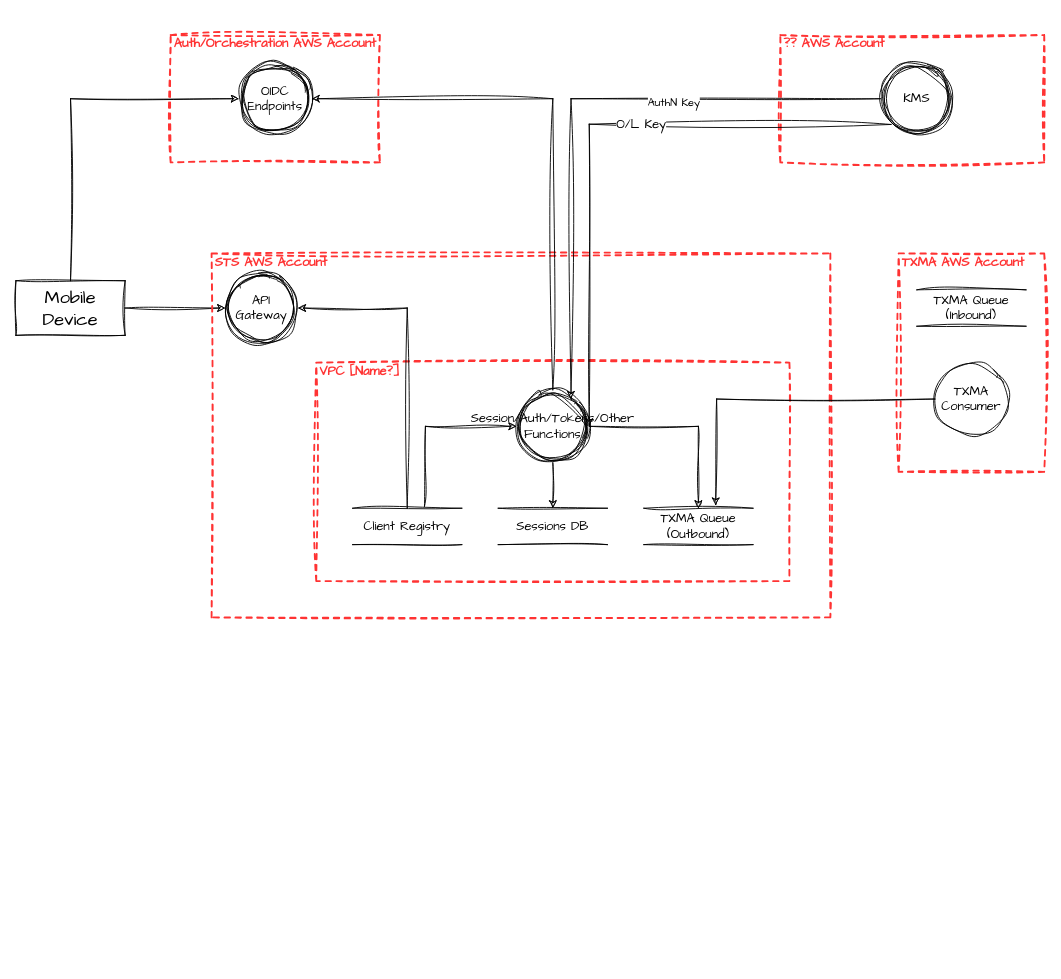
Jim-Sweeting/Drawio keeps this draw.io diagram as Login-Threat-Model-01.drawio. Above is the earlier version. Source tidied: cells renumbered, new cells numbered last; positions are measured from the earlier drawing's top-left corner, leaving out a move shared by most shapes. Both pictures are drawn from the tidied source at 91%, with x=0, y=0 at pixel (15, 35).
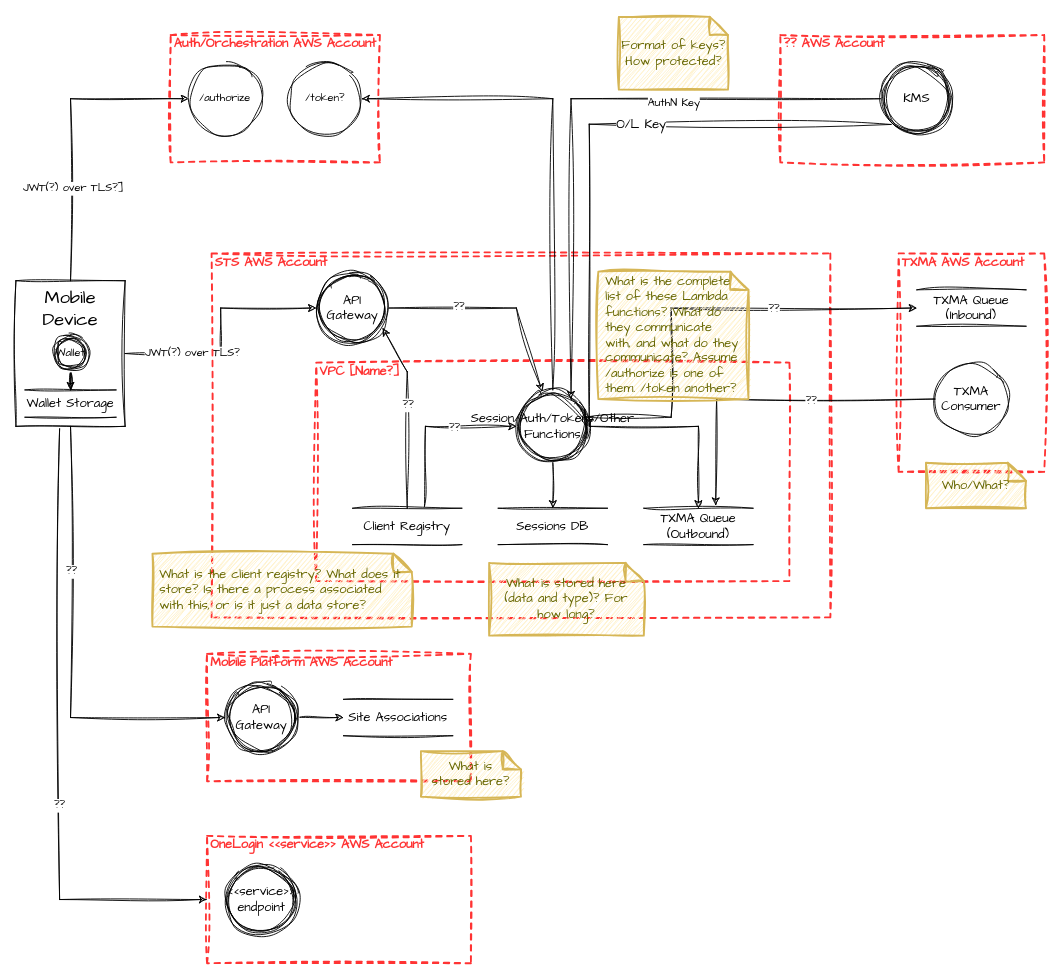
The same page after the edit.

Unchanged cells that the change refers to:
```xml
<mxCell id="4" style="edgeStyle=orthogonalEdgeStyle;rounded=0;sketch=1;hachureGap=4;jiggle=2;curveFitting=1;jettySize=auto;html=1;fontFamily=Architects Daughter;fontSize=16;" parent="1" edge="1" source="5" target="8">
  <mxGeometry relative="1" as="geometry" />
</mxCell>
<mxCell id="9" value="Client Registry" style="shape=partialRectangle;whiteSpace=wrap;html=1;left=0;right=0;fillColor=none;sketch=1;hachureGap=4;jiggle=2;curveFitting=1;fontFamily=Architects Daughter;fontSize=14;" parent="1" vertex="1">
  <mxGeometry x="370" y="520" width="120" height="40" as="geometry" />
</mxCell>
<mxCell id="11" value="Session/Auth/Tokens/Other Functions" style="ellipse;shape=doubleEllipse;whiteSpace=wrap;html=1;sketch=1;hachureGap=4;jiggle=2;curveFitting=1;fontFamily=Architects Daughter;fontSize=14;" parent="1" vertex="1">
  <mxGeometry x="550" y="390" width="80" height="80" as="geometry" />
</mxCell>
<mxCell id="13" style="endArrow=classic;html=1;fontColor=#FF3333;rounded=0;sketch=1;hachureGap=4;jiggle=2;curveFitting=1;fontFamily=Architects Daughter;fontSize=16;exitX=0.658;exitY=-0.05;exitDx=0;exitDy=0;exitPerimeter=0;" parent="1" edge="1" source="9" target="11">
  <mxGeometry relative="1" as="geometry">
    <Array as="points">
      <mxPoint x="450" y="430" />
    </Array>
  </mxGeometry>
</mxCell>
<mxCell id="18" value="TXMA Queue (Inbound)" style="shape=partialRectangle;whiteSpace=wrap;html=1;left=0;right=0;fillColor=none;sketch=1;hachureGap=4;jiggle=2;curveFitting=1;fontFamily=Architects Daughter;fontSize=14;" parent="1" vertex="1">
  <mxGeometry x="990" y="280" width="120" height="40" as="geometry" />
</mxCell>
<mxCell id="20" style="endArrow=classic;html=1;fontColor=#FF3333;rounded=0;sketch=1;hachureGap=4;jiggle=2;curveFitting=1;fontFamily=Architects Daughter;fontSize=16;entryX=0.658;entryY=-0.075;entryDx=0;entryDy=0;entryPerimeter=0;" parent="1" edge="1" source="19" target="15">
  <mxGeometry relative="1" as="geometry">
    <Array as="points">
      <mxPoint x="770" y="400" />
    </Array>
  </mxGeometry>
</mxCell>
```

The edit, as a diff of the source:
```diff
@@
-    <mxCell id="3" value="OIDC Endpoints" style="ellipse;shape=doubleEllipse;whiteSpace=wrap;html=1;sketch=1;hachureGap=4;jiggle=2;curveFitting=1;fontFamily=Architects Daughter;fontSize=14;" parent="1" vertex="1">
-      <mxGeometry x="245" y="30" width="80" height="80" as="geometry" />
-    </mxCell>
@@
+    <mxCell id="29" value="JWT(?) over TLS?" style="edgeLabel;html=1;align=center;verticalAlign=middle;fontSize=12;fontFamily=Architects Daughter;" parent="4" vertex="1">
+      <mxGeometry x="-0.44" y="1" relative="1" as="geometry" />
+    </mxCell>
-    <mxCell id="5" value="Mobile Device" style="rounded=0;whiteSpace=wrap;html=1;sketch=1;hachureGap=4;jiggle=2;curveFitting=1;fontFamily=Architects Daughter;fontSize=20;" parent="1" vertex="1">
-      <mxGeometry y="270" width="120" height="60" as="geometry" />
+    <mxCell id="5" value="Mobile Device" style="rounded=0;whiteSpace=wrap;html=1;sketch=1;hachureGap=4;jiggle=2;curveFitting=1;fontFamily=Architects Daughter;fontSize=20;verticalAlign=top;" parent="1" vertex="1">
+      <mxGeometry y="270" width="120" height="160" as="geometry" />
     </mxCell>
@@
     <mxCell id="8" value="API Gateway" style="ellipse;shape=doubleEllipse;whiteSpace=wrap;html=1;sketch=1;hachureGap=4;jiggle=2;curveFitting=1;fontFamily=Architects Daughter;fontSize=14;" parent="1" vertex="1">
-      <mxGeometry x="230" y="260" width="80" height="80" as="geometry" />
+      <mxGeometry x="330" y="260" width="80" height="80" as="geometry" />
     </mxCell>
@@
-    <mxCell id="12" style="endArrow=classic;html=1;fontColor=#FF3333;rounded=0;sketch=1;hachureGap=4;jiggle=2;curveFitting=1;fontFamily=Architects Daughter;fontSize=16;" parent="1" edge="1" source="9" target="8">
+    <mxCell id="12" style="endArrow=classic;html=1;fontColor=#FF3333;rounded=0;sketch=1;hachureGap=4;jiggle=2;curveFitting=1;fontFamily=Architects Daughter;fontSize=16;entryX=0.913;entryY=0.775;entryDx=0;entryDy=0;entryPerimeter=0;" parent="1" edge="1" source="9" target="8">
       <mxGeometry relative="1" as="geometry">
         <Array as="points">
-          <mxPoint x="430" y="300" />
+          <mxPoint x="430" y="370" />
         </Array>
       </mxGeometry>
     </mxCell>
+    <mxCell id="30" value="&lt;font style=&quot;font-size: 12px;&quot;&gt;??&lt;/font&gt;" style="edgeLabel;html=1;align=center;verticalAlign=middle;fontSize=12;fontFamily=Architects Daughter;" parent="12" vertex="1">
+      <mxGeometry x="0.11" relative="1" as="geometry" />
+    </mxCell>
@@
+    <mxCell id="31" value="??" style="edgeLabel;html=1;align=center;verticalAlign=middle;fontSize=12;fontFamily=Architects Daughter;" parent="13" vertex="1">
+      <mxGeometry x="0.28" y="-2" relative="1" as="geometry" />
+    </mxCell>
@@
+    <mxCell id="32" value="??" style="edgeLabel;html=1;align=center;verticalAlign=middle;fontSize=12;fontFamily=Architects Daughter;" parent="20" vertex="1">
+      <mxGeometry x="-0.23" y="2" relative="1" as="geometry" />
+    </mxCell>
@@
-    <mxCell id="25" style="endArrow=classic;html=1;fontColor=#FF3333;rounded=0;sketch=1;hachureGap=4;jiggle=2;curveFitting=1;fontFamily=Architects Daughter;fontSize=16;" parent="1" edge="1" source="11" target="3">
+    <mxCell id="25" style="endArrow=classic;html=1;fontColor=#FF3333;rounded=0;sketch=1;hachureGap=4;jiggle=2;curveFitting=1;fontFamily=Architects Daughter;fontSize=16;" parent="1" edge="1" source="11" target="57">
       <mxGeometry relative="1" as="geometry">
         <Array as="points">
           <mxPoint x="590" y="70" />
         </Array>
       </mxGeometry>
     </mxCell>
-    <mxCell id="26" style="endArrow=classic;html=1;fontColor=#FF3333;rounded=0;sketch=1;hachureGap=4;jiggle=2;curveFitting=1;fontFamily=Architects Daughter;fontSize=16;" parent="1" edge="1" source="5" target="3">
+    <mxCell id="26" style="endArrow=classic;html=1;fontColor=#FF3333;rounded=0;sketch=1;hachureGap=4;jiggle=2;curveFitting=1;fontFamily=Architects Daughter;fontSize=16;" parent="1" edge="1" source="5" target="56">
       <mxGeometry relative="1" as="geometry">
         <Array as="points">
           <mxPoint x="60" y="70" />
         </Array>
       </mxGeometry>
     </mxCell>
+    <mxCell id="33" value="JWT(?) over TLS?]" style="edgeLabel;html=1;align=center;verticalAlign=middle;fontSize=12;fontFamily=Architects Daughter;" parent="26" vertex="1">
+      <mxGeometry x="-0.38" y="-2" relative="1" as="geometry" />
+    </mxCell>
@@
+    <mxCell id="34" style="endArrow=classic;html=1;fontColor=#FF3333;rounded=0;sketch=1;hachureGap=4;jiggle=2;curveFitting=1;fontFamily=Architects Daughter;fontSize=16;edgeStyle=orthogonalEdgeStyle;exitX=0.938;exitY=0.263;exitDx=0;exitDy=0;exitPerimeter=0;" parent="1" edge="1" source="11" target="18">
+      <mxGeometry relative="1" as="geometry">
+        <Array as="points">
+          <mxPoint x="625" y="420" />
+          <mxPoint x="720" y="420" />
+          <mxPoint x="720" y="300" />
+        </Array>
+      </mxGeometry>
+    </mxCell>
+    <mxCell id="35" value="??" style="edgeLabel;html=1;align=center;verticalAlign=middle;fontSize=12;fontFamily=Architects Daughter;" parent="34" vertex="1">
+      <mxGeometry x="0.36" y="-1" relative="1" as="geometry" />
+    </mxCell>
+    <mxCell id="36" value="Mobile Platform AWS Account" style="html=1;fontColor=#FF3333;fontStyle=1;align=left;verticalAlign=top;spacing=0;labelBorderColor=none;fillColor=none;dashed=1;strokeWidth=2;strokeColor=#FF3333;spacingLeft=4;spacingTop=-3;sketch=1;hachureGap=4;jiggle=2;curveFitting=1;fontFamily=Architects Daughter;fontSize=14;" parent="1" vertex="1">
+      <mxGeometry x="210" y="680" width="290" height="140" as="geometry" />
+    </mxCell>
+    <mxCell id="37" value="Site Associations" style="shape=partialRectangle;whiteSpace=wrap;html=1;left=0;right=0;fillColor=none;sketch=1;hachureGap=4;jiggle=2;curveFitting=1;fontFamily=Architects Daughter;fontSize=14;" parent="1" vertex="1">
+      <mxGeometry x="360" y="730" width="120" height="40" as="geometry" />
+    </mxCell>
+    <mxCell id="38" style="edgeStyle=orthogonalEdgeStyle;rounded=0;sketch=1;hachureGap=4;jiggle=2;curveFitting=1;jettySize=auto;html=1;fontFamily=Architects Daughter;fontSize=16;" parent="1" edge="1" source="39" target="37">
+      <mxGeometry relative="1" as="geometry" />
+    </mxCell>
+    <mxCell id="39" value="API Gateway" style="ellipse;shape=doubleEllipse;whiteSpace=wrap;html=1;sketch=1;hachureGap=4;jiggle=2;curveFitting=1;fontFamily=Architects Daughter;fontSize=14;" parent="1" vertex="1">
+      <mxGeometry x="230" y="710" width="80" height="80" as="geometry" />
+    </mxCell>
+    <mxCell id="40" style="endArrow=classic;html=1;fontColor=#FF3333;rounded=0;sketch=1;hachureGap=4;jiggle=2;curveFitting=1;fontFamily=Architects Daughter;fontSize=16;" parent="1" edge="1" source="5" target="39">
+      <mxGeometry relative="1" as="geometry">
+        <Array as="points">
+          <mxPoint x="60" y="750" />
+        </Array>
+      </mxGeometry>
+    </mxCell>
+    <mxCell id="41" value="??" style="edgeLabel;html=1;align=center;verticalAlign=middle;fontSize=12;fontFamily=Architects Daughter;" parent="40" vertex="1">
+      <mxGeometry x="-0.35" relative="1" as="geometry" />
+    </mxCell>
+    <mxCell id="42" value="OneLogin &amp;lt;&amp;lt;service&amp;gt;&amp;gt; AWS Account" style="html=1;fontColor=#FF3333;fontStyle=1;align=left;verticalAlign=top;spacing=0;labelBorderColor=none;fillColor=none;dashed=1;strokeWidth=2;strokeColor=#FF3333;spacingLeft=4;spacingTop=-3;sketch=1;hachureGap=4;jiggle=2;curveFitting=1;fontFamily=Architects Daughter;fontSize=14;" parent="1" vertex="1">
+      <mxGeometry x="210" y="880" width="290" height="140" as="geometry" />
+    </mxCell>
+    <mxCell id="43" style="endArrow=classic;html=1;fontColor=#FF3333;rounded=0;sketch=1;hachureGap=4;jiggle=2;curveFitting=1;fontFamily=Architects Daughter;fontSize=16;exitX=0.4;exitY=1.017;exitDx=0;exitDy=0;exitPerimeter=0;" parent="1" edge="1" source="5" target="42">
+      <mxGeometry relative="1" as="geometry">
+        <Array as="points">
+          <mxPoint x="48" y="950" />
+        </Array>
+      </mxGeometry>
+    </mxCell>
+    <mxCell id="44" value="??" style="edgeLabel;html=1;align=center;verticalAlign=middle;fontSize=12;fontFamily=Architects Daughter;" parent="43" vertex="1">
+      <mxGeometry x="0.22" y="-1" relative="1" as="geometry" />
+    </mxCell>
+    <mxCell id="45" value="&amp;lt;&amp;lt;service&amp;gt;&amp;gt;&lt;br&gt;endpoint" style="ellipse;shape=doubleEllipse;whiteSpace=wrap;html=1;sketch=1;hachureGap=4;jiggle=2;curveFitting=1;fontFamily=Architects Daughter;fontSize=14;" parent="1" vertex="1">
+      <mxGeometry x="230" y="910" width="80" height="80" as="geometry" />
+    </mxCell>
+    <mxCell id="46" style="endArrow=classic;html=1;fontColor=#FF3333;rounded=0;sketch=1;hachureGap=4;jiggle=2;curveFitting=1;fontFamily=Architects Daughter;fontSize=16;" parent="1" edge="1" source="8" target="11">
+      <mxGeometry relative="1" as="geometry">
+        <Array as="points">
+          <mxPoint x="550" y="300" />
+        </Array>
+      </mxGeometry>
+    </mxCell>
+    <mxCell id="47" value="??" style="edgeLabel;html=1;align=center;verticalAlign=middle;fontSize=12;fontFamily=Architects Daughter;" parent="46" vertex="1">
+      <mxGeometry x="-0.36" y="1" relative="1" as="geometry" />
+    </mxCell>
+    <mxCell id="48" value="What is the complete list of these Lambda functions? What do they communicate with, and what do they communicate? Assume /authorize is one of them. /token another?" style="shape=note;strokeWidth=2;fontSize=14;size=20;whiteSpace=wrap;html=1;fillColor=#fff2cc;strokeColor=#d6b656;fontColor=#666600;sketch=1;hachureGap=4;jiggle=2;curveFitting=1;fontFamily=Architects Daughter;align=left;spacingLeft=6;spacingRight=6;" parent="1" vertex="1">
+      <mxGeometry x="640" y="260" width="165" height="140" as="geometry" />
+    </mxCell>
+    <mxCell id="49" value="Who/What?" style="shape=note;strokeWidth=2;fontSize=14;size=20;whiteSpace=wrap;html=1;fillColor=#fff2cc;strokeColor=#d6b656;fontColor=#666600;sketch=1;hachureGap=4;jiggle=2;curveFitting=1;fontFamily=Architects Daughter;spacingLeft=6;spacingRight=6;" parent="1" vertex="1">
+      <mxGeometry x="1000" y="470" width="110" height="50" as="geometry" />
+    </mxCell>
+    <mxCell id="50" value="What is the client registry? What does it store? Is there a process associated with this, or is it just a data store?" style="shape=note;strokeWidth=2;fontSize=14;size=20;whiteSpace=wrap;html=1;fillColor=#fff2cc;strokeColor=#d6b656;fontColor=#666600;sketch=1;hachureGap=4;jiggle=2;curveFitting=1;fontFamily=Architects Daughter;align=left;spacingLeft=6;spacingRight=6;" parent="1" vertex="1">
+      <mxGeometry x="150" y="570" width="285" height="80" as="geometry" />
+    </mxCell>
+    <mxCell id="51" value="What is stored here?" style="shape=note;strokeWidth=2;fontSize=14;size=20;whiteSpace=wrap;html=1;fillColor=#fff2cc;strokeColor=#d6b656;fontColor=#666600;sketch=1;hachureGap=4;jiggle=2;curveFitting=1;fontFamily=Architects Daughter;spacingLeft=6;spacingRight=6;" parent="1" vertex="1">
+      <mxGeometry x="445" y="787" width="110" height="50" as="geometry" />
+    </mxCell>
+    <mxCell id="52" style="edgeStyle=orthogonalEdgeStyle;rounded=0;sketch=1;hachureGap=4;jiggle=2;curveFitting=1;jettySize=auto;html=1;fontFamily=Architects Daughter;fontSize=16;" parent="1" edge="1" source="53" target="54">
+      <mxGeometry relative="1" as="geometry" />
+    </mxCell>
+    <mxCell id="53" value="Wallet" style="ellipse;shape=doubleEllipse;whiteSpace=wrap;html=1;sketch=1;hachureGap=4;jiggle=2;curveFitting=1;fontFamily=Architects Daughter;fontSize=12;" parent="1" vertex="1">
+      <mxGeometry x="40" y="330" width="40" height="40" as="geometry" />
+    </mxCell>
+    <mxCell id="54" value="Wallet Storage" style="shape=partialRectangle;whiteSpace=wrap;html=1;left=0;right=0;fillColor=none;sketch=1;hachureGap=4;jiggle=2;curveFitting=1;fontFamily=Architects Daughter;fontSize=14;" parent="1" vertex="1">
+      <mxGeometry x="10" y="390" width="100" height="30" as="geometry" />
+    </mxCell>
+    <mxCell id="55" value="Format of keys? How protected?" style="shape=note;strokeWidth=2;fontSize=14;size=20;whiteSpace=wrap;html=1;fillColor=#fff2cc;strokeColor=#d6b656;fontColor=#666600;sketch=1;hachureGap=4;jiggle=2;curveFitting=1;fontFamily=Architects Daughter;" parent="1" vertex="1">
+      <mxGeometry x="662.5" y="-20" width="120" height="80" as="geometry" />
+    </mxCell>
+    <mxCell id="56" value="/authorize" style="ellipse;whiteSpace=wrap;html=1;sketch=1;hachureGap=4;jiggle=2;curveFitting=1;fontFamily=Architects Daughter;fontSize=12;" parent="1" vertex="1">
+      <mxGeometry x="190" y="30" width="80" height="80" as="geometry" />
+    </mxCell>
+    <mxCell id="57" value="/token?" style="ellipse;whiteSpace=wrap;html=1;sketch=1;hachureGap=4;jiggle=2;curveFitting=1;fontFamily=Architects Daughter;fontSize=12;" parent="1" vertex="1">
+      <mxGeometry x="300" y="30" width="80" height="80" as="geometry" />
+    </mxCell>
+    <mxCell id="58" value="What is stored here (data and type)? For how long?" style="shape=note;strokeWidth=2;fontSize=14;size=20;whiteSpace=wrap;html=1;fillColor=#fff2cc;strokeColor=#d6b656;fontColor=#666600;sketch=1;hachureGap=4;jiggle=2;curveFitting=1;fontFamily=Architects Daughter;spacingLeft=6;spacingRight=6;" parent="1" vertex="1">
+      <mxGeometry x="520" y="580" width="170" height="80" as="geometry" />
+    </mxCell>
```
